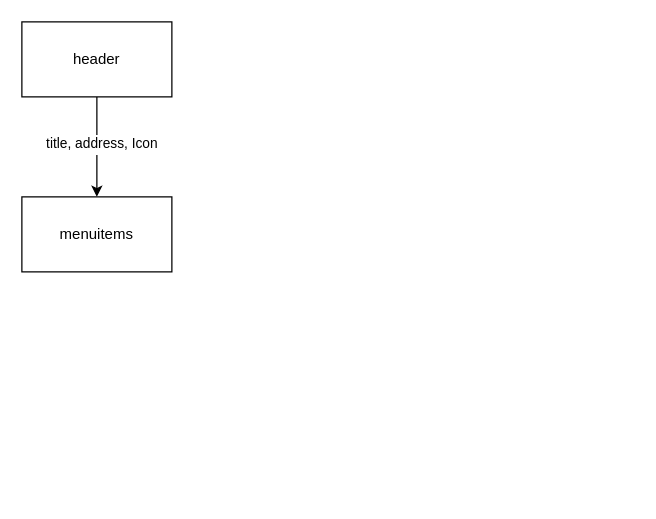
SARSmars/fullstack-portfolio keeps this draw.io diagram as projects/Project-IMDB/docs/router.dio. Above is the earlier version. Source tidied: cells renumbered, new cells numbered last; positions are measured from the earlier drawing's top-left corner, leaving out a move shared by most shapes. Both pictures are drawn from the tidied source at 125%, with x=0, y=0 at pixel (21, 21).
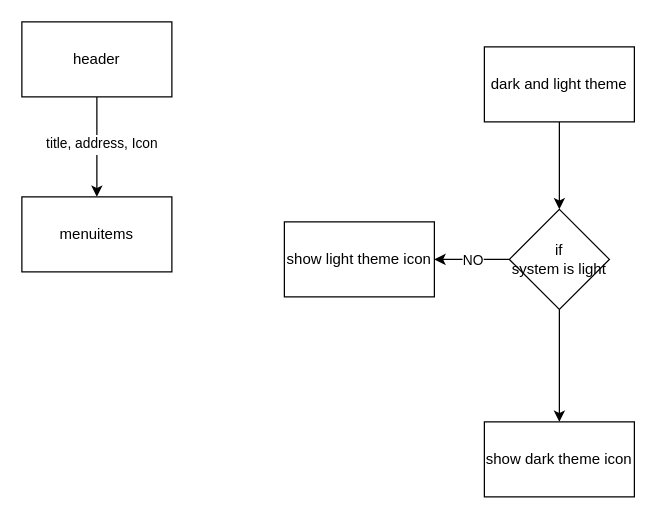
After the change.

The edit, as a diff of the source:
```diff
@@
 <mxGraphModel>
   <root>
     <mxCell id="0" />
     <mxCell id="1" parent="0" />
     <mxCell id="2" style="edgeStyle=none;html=1;" parent="1" edge="1" source="5" target="6">
       <mxGeometry relative="1" as="geometry" />
     </mxCell>
     <mxCell id="3" value="Text" style="edgeLabel;html=1;align=center;verticalAlign=middle;" parent="2" vertex="1">
       <mxGeometry x="-0.03" y="1" relative="1" as="geometry" />
     </mxCell>
     <mxCell id="4" value="title, address, Icon" style="edgeLabel;html=1;align=center;verticalAlign=middle;" parent="2" vertex="1">
       <mxGeometry x="-0.11" y="3" relative="1" as="geometry" />
     </mxCell>
     <mxCell id="5" value="header" style="whiteSpace=wrap;html=1;" parent="1" vertex="1">
       <mxGeometry width="120" height="60" as="geometry" />
     </mxCell>
     <mxCell id="6" value="menuitems" style="whiteSpace=wrap;html=1;" parent="1" vertex="1">
       <mxGeometry y="140" width="120" height="60" as="geometry" />
     </mxCell>
+    <mxCell id="7" style="edgeStyle=none;html=1;" parent="1" edge="1" source="8" target="12">
+      <mxGeometry relative="1" as="geometry" />
+    </mxCell>
+    <mxCell id="8" value="dark and light theme" style="whiteSpace=wrap;html=1;" parent="1" vertex="1">
+      <mxGeometry x="370" y="20" width="120" height="60" as="geometry" />
+    </mxCell>
+    <mxCell id="9" style="edgeStyle=none;html=1;" parent="1" edge="1" source="12" target="13">
+      <mxGeometry relative="1" as="geometry" />
+    </mxCell>
+    <mxCell id="10" value="NO" style="edgeLabel;html=1;align=center;verticalAlign=middle;" parent="9" vertex="1">
+      <mxGeometry x="0.13" y="-1" relative="1" as="geometry">
+        <mxPoint x="4" y="1" as="offset" />
+      </mxGeometry>
+    </mxCell>
+    <mxCell id="11" style="edgeStyle=none;html=1;" parent="1" edge="1" source="12" target="14">
+      <mxGeometry relative="1" as="geometry" />
+    </mxCell>
+    <mxCell id="12" value="if&lt;div&gt;system is light&lt;/div&gt;" style="rhombus;whiteSpace=wrap;html=1;" parent="1" vertex="1">
+      <mxGeometry x="390" y="150" width="80" height="80" as="geometry" />
+    </mxCell>
+    <mxCell id="13" value="show light theme icon" style="whiteSpace=wrap;html=1;" parent="1" vertex="1">
+      <mxGeometry x="210" y="160" width="120" height="60" as="geometry" />
+    </mxCell>
+    <mxCell id="14" value="show dark theme icon" style="whiteSpace=wrap;html=1;" parent="1" vertex="1">
+      <mxGeometry x="370" y="320" width="120" height="60" as="geometry" />
+    </mxCell>
   </root>
 </mxGraphModel>
```
